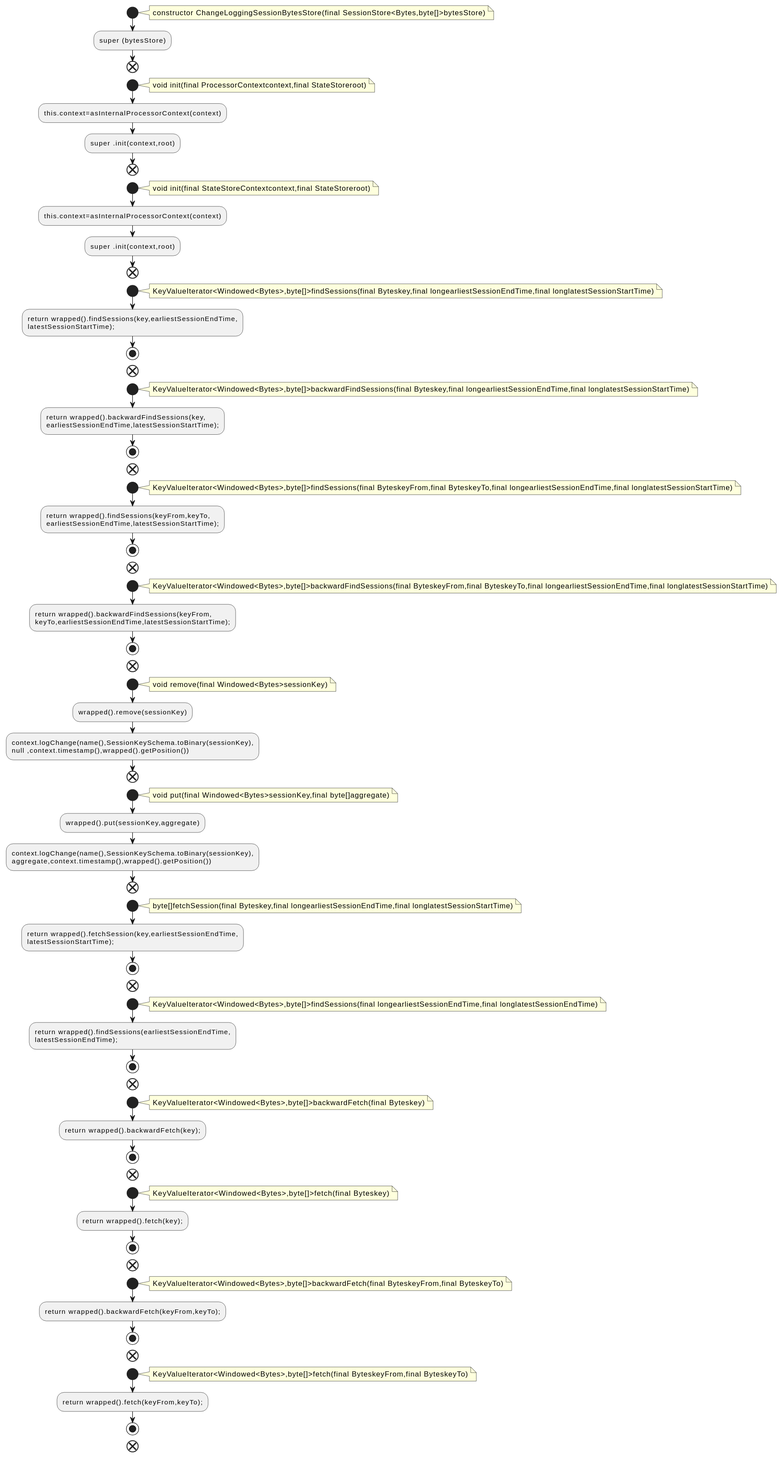
Before: docs/qc/streams/src/main/java/org/apache/kafka/streams/state/internals/ChangeLoggingSessionBytesStore.java.fct.svg, a diagram exported from PlantUML (qualitesys/kafka).
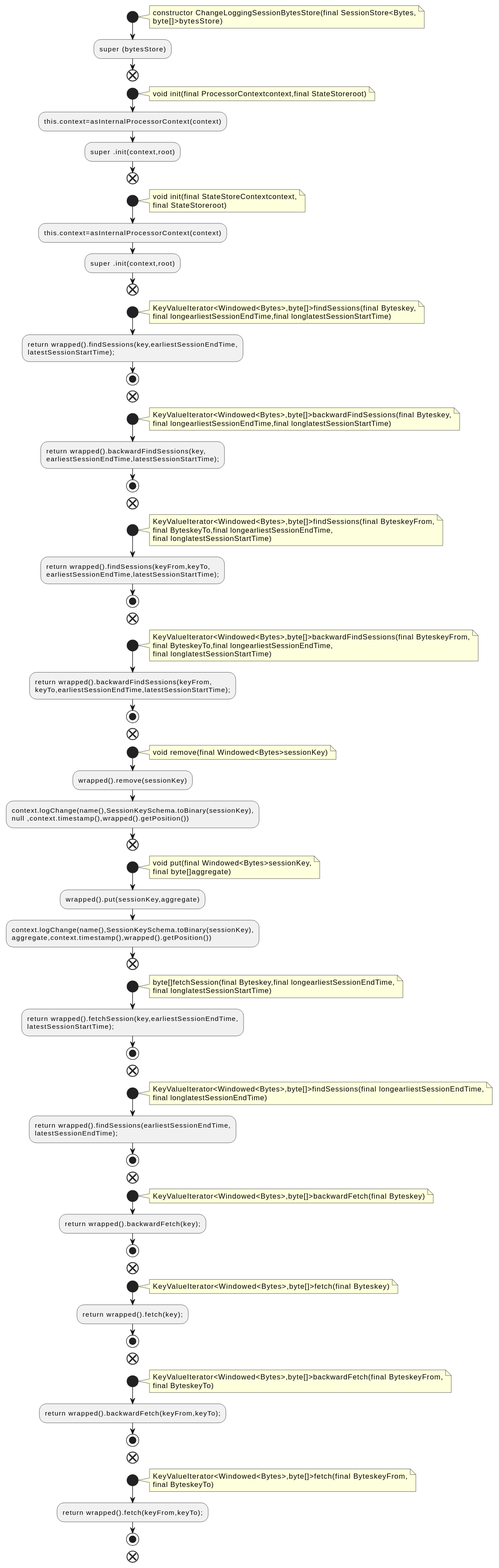
The same diagram one commit later.

The edit, as a diff of the source:
```diff
@@ -2,7 +2,8 @@
 !pragma layout smetana
 start
 note right
-constructor ChangeLoggingSessionBytesStore(final SessionStore<Bytes,byte[]>bytesStore)
+constructor ChangeLoggingSessionBytesStore(final SessionStore<Bytes,
+byte[]>bytesStore)
 end note
 :super (bytesStore);
 end
@@ -15,14 +16,16 @@
 end
 start
 note right
-void init(final StateStoreContextcontext,final StateStoreroot)
+void init(final StateStoreContextcontext,
+final StateStoreroot)
 end note
 :this.context=asInternalProcessorContext(context);
 :super .init(context,root);
 end
 start
 note right
-KeyValueIterator<Windowed<Bytes>,byte[]>findSessions(final Byteskey,final longearliestSessionEndTime,final longlatestSessionStartTime)
+KeyValueIterator<Windowed<Bytes>,byte[]>findSessions(final Byteskey,
+final longearliestSessionEndTime,final longlatestSessionStartTime)
 end note
 :return wrapped().findSessions(key,earliestSessionEndTime,
 latestSessionStartTime);;
@@ -30,7 +33,8 @@
 end
 start
 note right
-KeyValueIterator<Windowed<Bytes>,byte[]>backwardFindSessions(final Byteskey,final longearliestSessionEndTime,final longlatestSessionStartTime)
+KeyValueIterator<Windowed<Bytes>,byte[]>backwardFindSessions(final Byteskey,
+final longearliestSessionEndTime,final longlatestSessionStartTime)
 end note
 :return wrapped().backwardFindSessions(key,
 earliestSessionEndTime,latestSessionStartTime);;
@@ -38,7 +42,9 @@
 end
 start
 note right
-KeyValueIterator<Windowed<Bytes>,byte[]>findSessions(final ByteskeyFrom,final ByteskeyTo,final longearliestSessionEndTime,final longlatestSessionStartTime)
+KeyValueIterator<Windowed<Bytes>,byte[]>findSessions(final ByteskeyFrom,
+final ByteskeyTo,final longearliestSessionEndTime,
+final longlatestSessionStartTime)
 end note
 :return wrapped().findSessions(keyFrom,keyTo,
 earliestSessionEndTime,latestSessionStartTime);;
@@ -46,7 +52,9 @@
 end
 start
 note right
-KeyValueIterator<Windowed<Bytes>,byte[]>backwardFindSessions(final ByteskeyFrom,final ByteskeyTo,final longearliestSessionEndTime,final longlatestSessionStartTime)
+KeyValueIterator<Windowed<Bytes>,byte[]>backwardFindSessions(final ByteskeyFrom,
+final ByteskeyTo,final longearliestSessionEndTime,
+final longlatestSessionStartTime)
 end note
 :return wrapped().backwardFindSessions(keyFrom,
 keyTo,earliestSessionEndTime,latestSessionStartTime);;
@@ -62,7 +70,8 @@
 end
 start
 note right
-void put(final Windowed<Bytes>sessionKey,final byte[]aggregate)
+void put(final Windowed<Bytes>sessionKey,
+final byte[]aggregate)
 end note
 :wrapped().put(sessionKey,aggregate);
 :context.logChange(name(),SessionKeySchema.toBinary(sessionKey),
@@ -70,7 +79,8 @@
 end
 start
 note right
-byte[]fetchSession(final Byteskey,final longearliestSessionEndTime,final longlatestSessionStartTime)
+byte[]fetchSession(final Byteskey,final longearliestSessionEndTime,
+final longlatestSessionStartTime)
 end note
 :return wrapped().fetchSession(key,earliestSessionEndTime,
 latestSessionStartTime);;
@@ -78,7 +88,8 @@
 end
 start
 note right
-KeyValueIterator<Windowed<Bytes>,byte[]>findSessions(final longearliestSessionEndTime,final longlatestSessionEndTime)
+KeyValueIterator<Windowed<Bytes>,byte[]>findSessions(final longearliestSessionEndTime,
+final longlatestSessionEndTime)
 end note
 :return wrapped().findSessions(earliestSessionEndTime,
 latestSessionEndTime);;
@@ -100,14 +111,16 @@
 end
 start
 note right
-KeyValueIterator<Windowed<Bytes>,byte[]>backwardFetch(final ByteskeyFrom,final ByteskeyTo)
+KeyValueIterator<Windowed<Bytes>,byte[]>backwardFetch(final ByteskeyFrom,
+final ByteskeyTo)
 end note
 :return wrapped().backwardFetch(keyFrom,keyTo);;
 stop
 end
 start
 note right
-KeyValueIterator<Windowed<Bytes>,byte[]>fetch(final ByteskeyFrom,final ByteskeyTo)
+KeyValueIterator<Windowed<Bytes>,byte[]>fetch(final ByteskeyFrom,
+final ByteskeyTo)
 end note
 :return wrapped().fetch(keyFrom,keyTo);;
 stop
```
